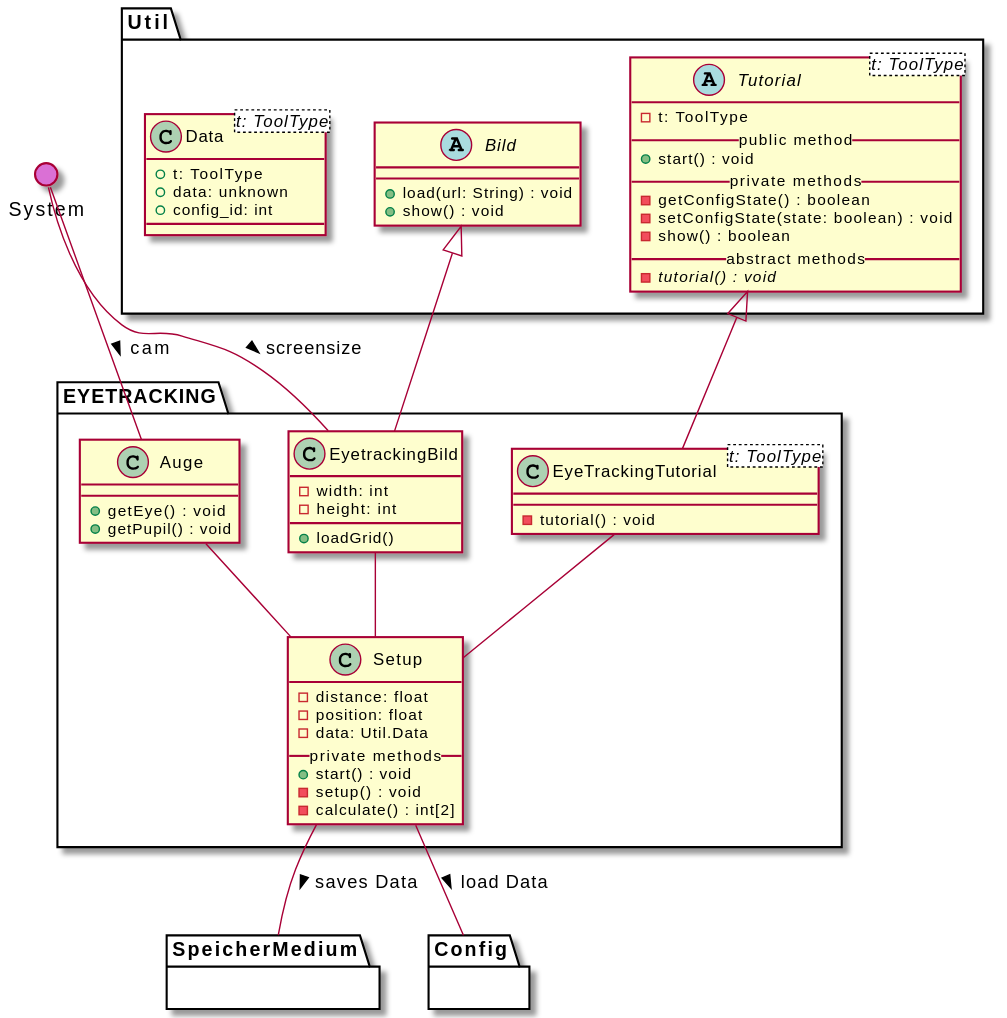
This is meilenstein_03/uml-eyetracking/eyetracking.svg from weichware10/meilensteine, a PlantUML export, as it was before one commit.
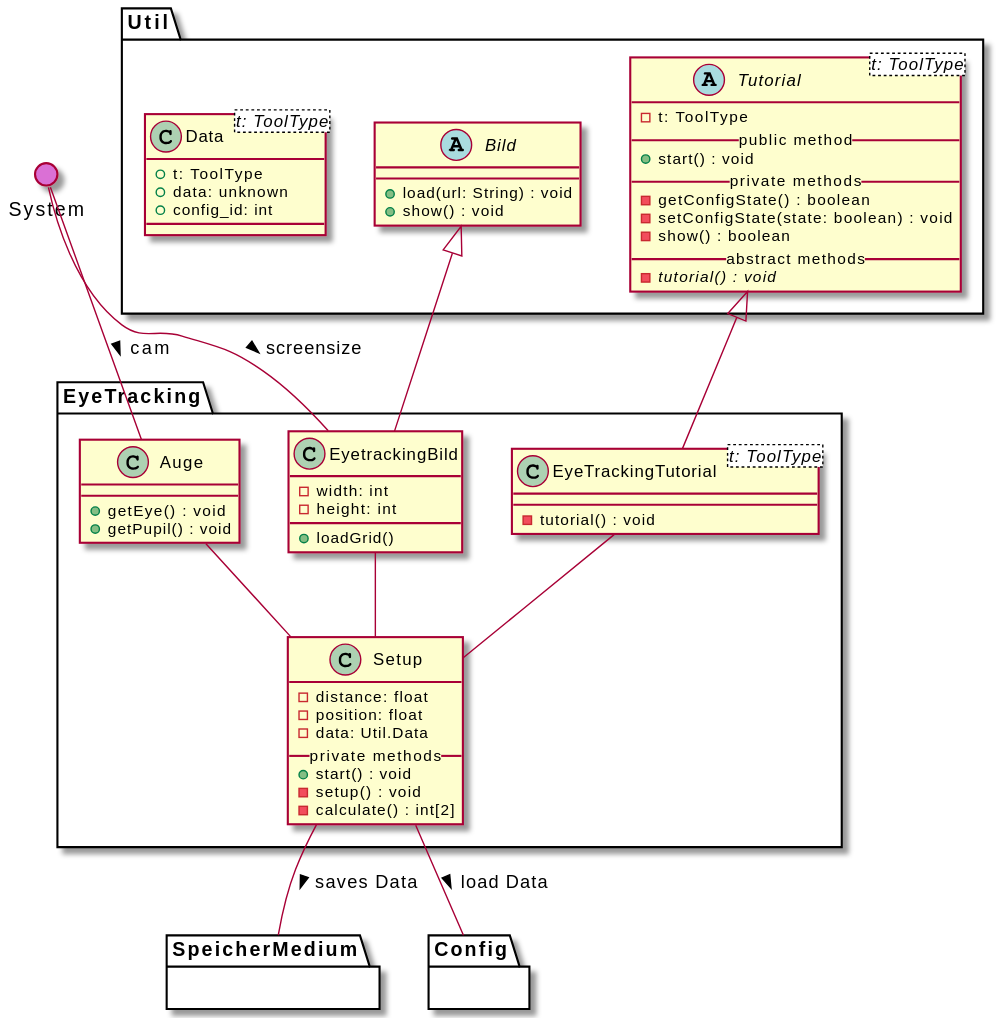
After the commit.

Commit message:
Render PlantUML SVGs

Diff of the diagram source:
```diff
@@ -30,7 +30,7 @@
 }
 
 
-package EYETRACKING {
+package EyeTracking {
 
     class Auge {
         + getEye() : void
```
